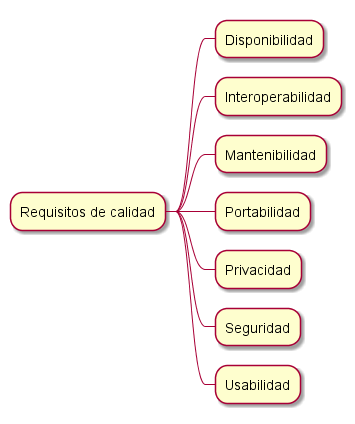
Arquisoft/Arquisoft-dede_es_02b keeps this PlantUML diagram as images/calidad.png. Above is the earlier version.
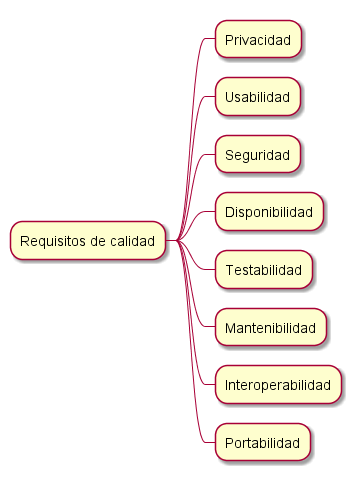
After the change.

Diff of the diagram source:
```diff
@@ -1,12 +1,13 @@
 @startmindmap
 
 * Requisitos de calidad
+** Privacidad
+** Usabilidad
+** Seguridad
 ** Disponibilidad
+** Testabilidad
+** Mantenibilidad
 ** Interoperabilidad
-** Mantenibilidad
 ** Portabilidad
-** Privacidad
-** Seguridad
-** Usabilidad
 
 @endmindmap
```
